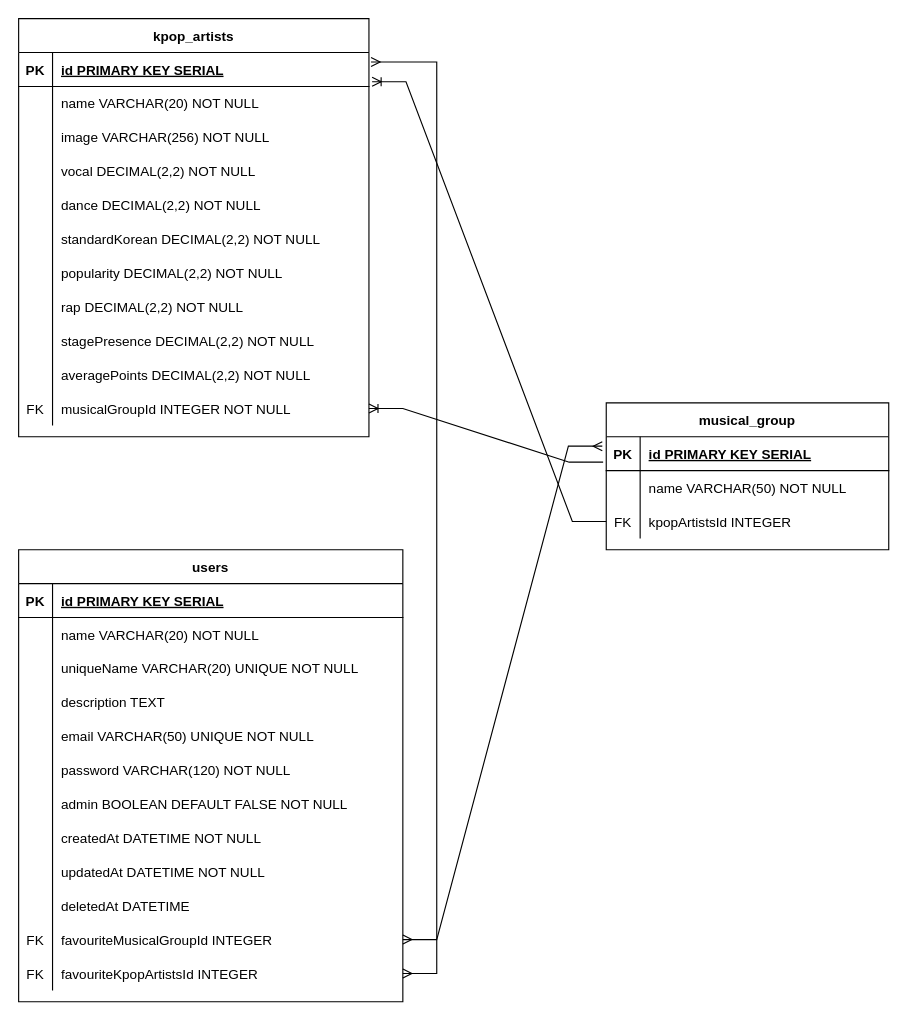
Earlier version of the draw.io diagram diagramaBackEnd.drawio (Lelouching/kpop-social-media-back-end). Source tidied: cells renumbered, new cells numbered last; positions are measured from the earlier drawing's top-left corner, leaving out a move shared by most shapes. Both pictures are drawn from the tidied source at 113%, with x=0, y=0 at pixel (18, 18).
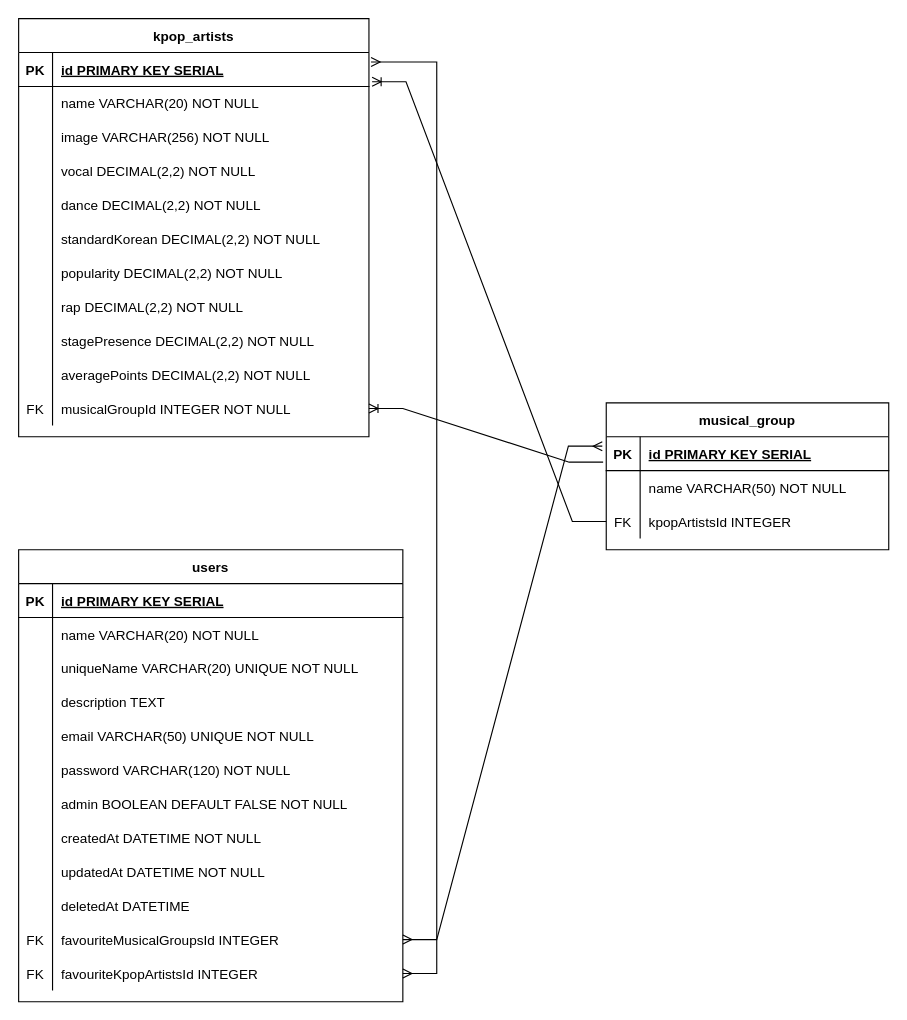
The same diagram, later.

Commit message (it also covers changes not shown here):
feat: entity User created and done relations with entities MusicalGroup and Artist

The change refers to these unchanged cells:
```xml
<mxCell id="43" style="shape=partialRectangle;fillColor=none;points=[[0,0.5],[1,0.5]];portConstraint=eastwest;top=0;left=0;right=0;bottom=0;labelBackgroundColor=none;" parent="12" vertex="1">
  <mxGeometry y="330" width="340" height="30" as="geometry" />
</mxCell>
```

Diff of the diagram source:
```diff
@@
-    <mxCell id="45" value="favouriteMusicalGroupId INTEGER" style="shape=partialRectangle;overflow=hidden;fillColor=none;top=0;left=0;bottom=0;right=0;align=left;spacingLeft=6;labelBackgroundColor=none;" parent="43" vertex="1">
+    <mxCell id="45" value="favouriteMusicalGroupsId INTEGER" style="shape=partialRectangle;overflow=hidden;fillColor=none;top=0;left=0;bottom=0;right=0;align=left;spacingLeft=6;labelBackgroundColor=none;" parent="43" vertex="1">
       <mxGeometry x="30" width="310" height="30" as="geometry" />
     </mxCell>
```
